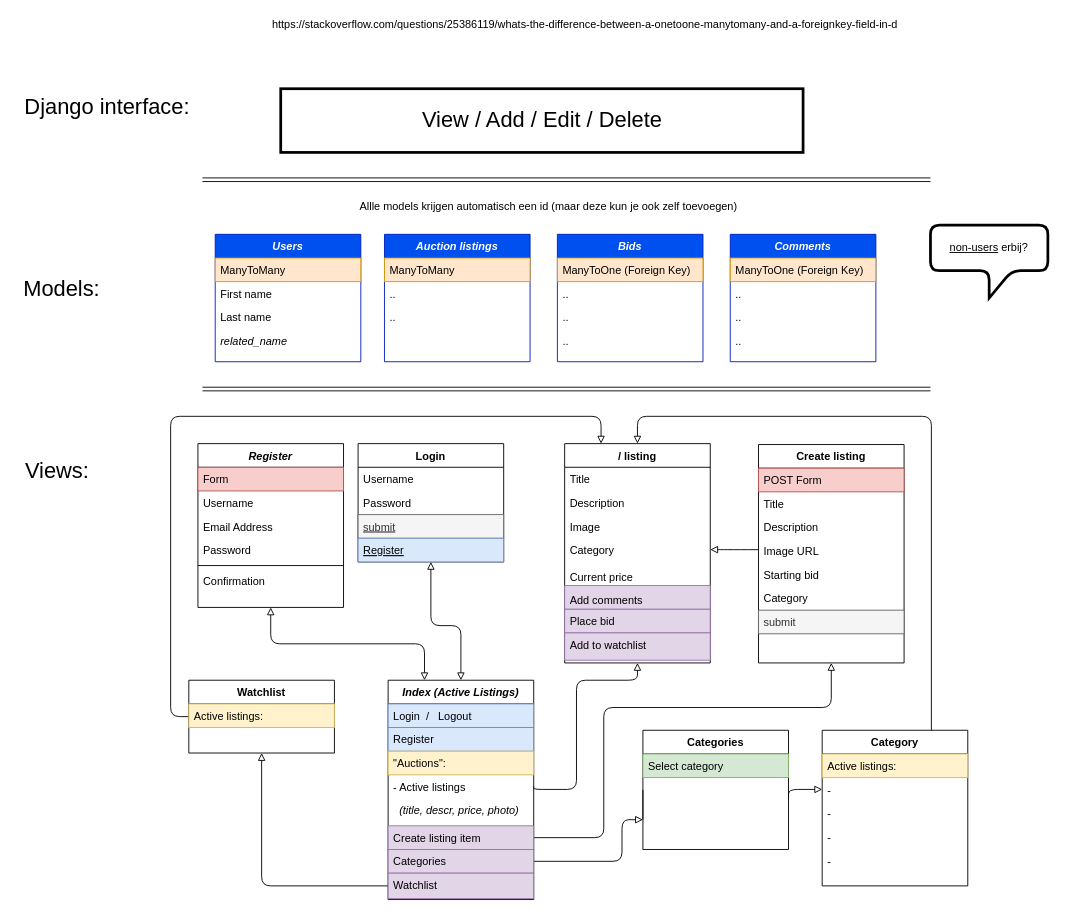
This is page "Views" (1 of 2) of Untitled Diagram.drawio from Lisannevdboomen/Commerce, a draw.io file, before an edit. Source tidied: cells renumbered, new cells numbered last; positions are measured from the earlier drawing's top-left corner, leaving out a move shared by most shapes. Both pictures are drawn from the tidied source at 91%, with x=0, y=0 at pixel (15, 15).
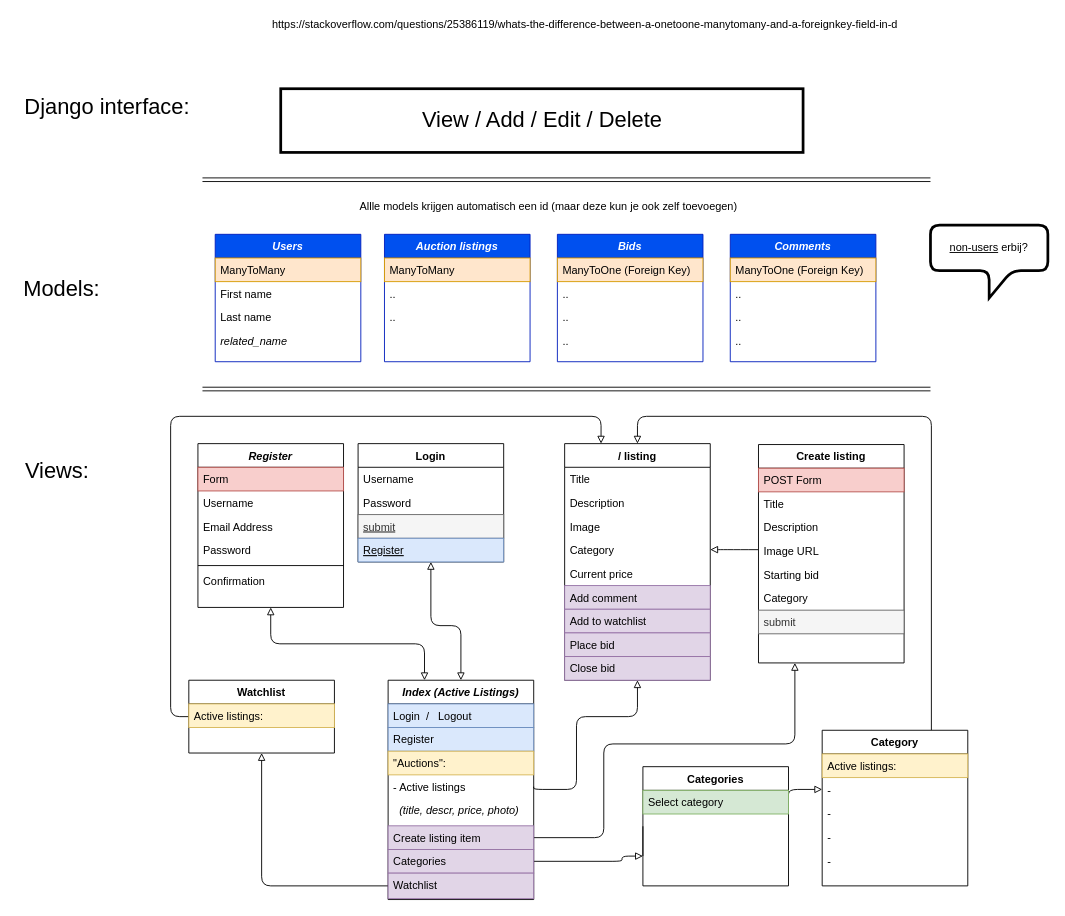
The same diagram, later.

Unchanged cells that the change refers to:
```xml
<mxCell id="55" value="Create listing" style="swimlane;fontStyle=1;align=center;verticalAlign=top;horizontal=1;startSize=26;rounded=0;shadow=0;strokeWidth=1;" parent="1" vertex="1">
  <mxGeometry x="816" y="471" width="160" height="240" as="geometry" />
</mxCell>
<mxCell id="75" value="- Active listings" style="text;align=left;verticalAlign=top;spacingLeft=4;spacingRight=4;overflow=hidden;points=[[0,0.5],[1,0.5]];portConstraint=eastwest;rounded=0;shadow=0;html=0;" parent="71" vertex="1">
  <mxGeometry y="104" width="160" height="26" as="geometry" />
</mxCell>
<mxCell id="77" value="Create listing item" style="text;align=left;verticalAlign=top;spacingLeft=4;spacingRight=4;overflow=hidden;points=[[0,0.5],[1,0.5]];portConstraint=eastwest;fillColor=#e1d5e7;strokeColor=#9673a6;" parent="71" vertex="1">
  <mxGeometry y="160" width="160" height="26" as="geometry" />
</mxCell>
<mxCell id="78" value="Categories" style="text;align=left;verticalAlign=top;spacingLeft=4;spacingRight=4;overflow=hidden;points=[[0,0.5],[1,0.5]];portConstraint=eastwest;fillColor=#e1d5e7;strokeColor=#9673a6;" parent="71" vertex="1">
  <mxGeometry y="186" width="160" height="26" as="geometry" />
</mxCell>
```

The edit, as a diff of the source:
```diff
@@
-    <mxCell id="5" style="edgeStyle=orthogonalEdgeStyle;curved=0;rounded=1;sketch=0;jettySize=auto;html=1;entryX=1;entryY=0.5;entryDx=0;entryDy=0;startArrow=block;startFill=0;endArrow=none;endFill=0;exitX=0.5;exitY=1;exitDx=0;exitDy=0;" parent="1" edge="1" source="55" target="77">
+    <mxCell id="5" style="edgeStyle=orthogonalEdgeStyle;curved=0;rounded=1;sketch=0;jettySize=auto;html=1;entryX=1;entryY=0.5;entryDx=0;entryDy=0;startArrow=block;startFill=0;endArrow=none;endFill=0;exitX=0.25;exitY=1;exitDx=0;exitDy=0;" parent="1" edge="1" source="55" target="77">
       <mxGeometry relative="1" as="geometry">
         <Array as="points">
-          <mxPoint x="896" y="760" />
-          <mxPoint x="646" y="760" />
+          <mxPoint x="856" y="800" />
+          <mxPoint x="646" y="800" />
           <mxPoint x="646" y="903" />
         </Array>
       </mxGeometry>
     </mxCell>
@@
     <mxCell id="7" style="edgeStyle=orthogonalEdgeStyle;curved=0;rounded=1;sketch=0;jettySize=auto;html=1;exitX=0;exitY=0.75;exitDx=0;exitDy=0;startArrow=block;startFill=0;endArrow=none;endFill=0;entryX=1;entryY=0.5;entryDx=0;entryDy=0;" parent="1" edge="1" source="63" target="78">
       <mxGeometry relative="1" as="geometry">
         <Array as="points">
-          <mxPoint x="666" y="883" />
+          <mxPoint x="666" y="923" />
           <mxPoint x="666" y="929" />
         </Array>
       </mxGeometry>
     </mxCell>
@@
     <mxCell id="37" style="edgeStyle=orthogonalEdgeStyle;curved=0;rounded=1;sketch=0;jettySize=auto;html=1;exitX=0.5;exitY=1;exitDx=0;exitDy=0;entryX=1;entryY=0.5;entryDx=0;entryDy=0;startArrow=block;startFill=0;endArrow=none;endFill=0;" parent="1" edge="1" source="46" target="75">
       <mxGeometry relative="1" as="geometry">
         <Array as="points">
-          <mxPoint x="683" y="730" />
-          <mxPoint x="616" y="730" />
+          <mxPoint x="683" y="770" />
+          <mxPoint x="616" y="770" />
           <mxPoint x="616" y="850" />
           <mxPoint x="569" y="850" />
         </Array>
       </mxGeometry>
     </mxCell>
@@
     <mxCell id="46" value="/ listing" style="swimlane;fontStyle=1;align=center;verticalAlign=top;horizontal=1;startSize=26;rounded=0;shadow=0;strokeWidth=1;" parent="1" vertex="1">
-      <mxGeometry x="603" y="470" width="160" height="241" as="geometry" />
+      <mxGeometry x="603" y="470" width="160" height="260" as="geometry" />
     </mxCell>
@@
-    <mxCell id="51" value="Current price" style="text;align=left;verticalAlign=bottom;spacingLeft=4;spacingRight=4;overflow=hidden;rounded=0;shadow=0;html=0;" parent="46" vertex="1">
+    <mxCell id="51" value="Current price" style="text;align=left;verticalAlign=top;spacingLeft=4;spacingRight=4;overflow=hidden;rounded=0;shadow=0;html=0;" parent="46" vertex="1">
       <mxGeometry y="130" width="160" height="26" as="geometry" />
     </mxCell>
-    <mxCell id="52" value="Add comments" style="text;align=left;verticalAlign=bottom;spacingLeft=4;spacingRight=4;overflow=hidden;rounded=0;shadow=0;html=0;fillColor=#e1d5e7;strokeColor=#9673a6;" parent="46" vertex="1">
-      <mxGeometry y="156" width="160" height="26" as="geometry" />
-    </mxCell>
+    <mxCell id="90" value="Add comment" style="text;align=left;verticalAlign=top;spacingLeft=4;spacingRight=4;overflow=hidden;fillColor=#e1d5e7;strokeColor=#9673a6;" parent="46" vertex="1">
+      <mxGeometry y="156" width="160" height="26" as="geometry" />
+    </mxCell>
+    <mxCell id="54" value="Add to watchlist" style="text;align=left;verticalAlign=top;spacingLeft=4;spacingRight=4;overflow=hidden;fillColor=#e1d5e7;strokeColor=#9673a6;" parent="46" vertex="1">
+      <mxGeometry y="182" width="160" height="26" as="geometry" />
+    </mxCell>
     <mxCell id="53" value="Place bid" style="text;align=left;verticalAlign=top;spacingLeft=4;spacingRight=4;overflow=hidden;fillColor=#e1d5e7;strokeColor=#9673a6;" parent="46" vertex="1">
-      <mxGeometry y="182" width="160" height="26" as="geometry" />
+      <mxGeometry y="208" width="160" height="26" as="geometry" />
     </mxCell>
-    <mxCell id="54" value="Add to watchlist" style="text;align=left;verticalAlign=top;spacingLeft=4;spacingRight=4;overflow=hidden;fillColor=#e1d5e7;strokeColor=#9673a6;" parent="46" vertex="1">
-      <mxGeometry y="208" width="160" height="30" as="geometry" />
-    </mxCell>
+    <mxCell id="91" value="Close bid" style="text;align=left;verticalAlign=top;spacingLeft=4;spacingRight=4;overflow=hidden;fillColor=#e1d5e7;strokeColor=#9673a6;" parent="46" vertex="1">
+      <mxGeometry y="234" width="160" height="26" as="geometry" />
+    </mxCell>
@@
-    <mxCell id="63" value="Categories" style="swimlane;fontStyle=1;align=center;verticalAlign=top;horizontal=1;startSize=26;rounded=0;shadow=0;strokeWidth=1;" parent="1" vertex="1">
-      <mxGeometry x="689" y="785" width="160" height="131" as="geometry" />
-    </mxCell>
-    <mxCell id="64" value="Select category" style="text;align=left;verticalAlign=top;spacingLeft=4;spacingRight=4;overflow=hidden;fillColor=#d5e8d4;strokeColor=#82b366;" parent="63" vertex="1">
-      <mxGeometry y="26" width="160" height="26" as="geometry" />
-    </mxCell>
@@
+    <mxCell id="63" value="Categories" style="swimlane;fontStyle=1;align=center;verticalAlign=top;horizontal=1;startSize=26;rounded=0;shadow=0;strokeWidth=1;" parent="1" vertex="1">
+      <mxGeometry x="689" y="825" width="160" height="131" as="geometry" />
+    </mxCell>
+    <mxCell id="64" value="Select category" style="text;align=left;verticalAlign=top;spacingLeft=4;spacingRight=4;overflow=hidden;fillColor=#d5e8d4;strokeColor=#82b366;" parent="63" vertex="1">
+      <mxGeometry y="26" width="160" height="26" as="geometry" />
+    </mxCell>
```
